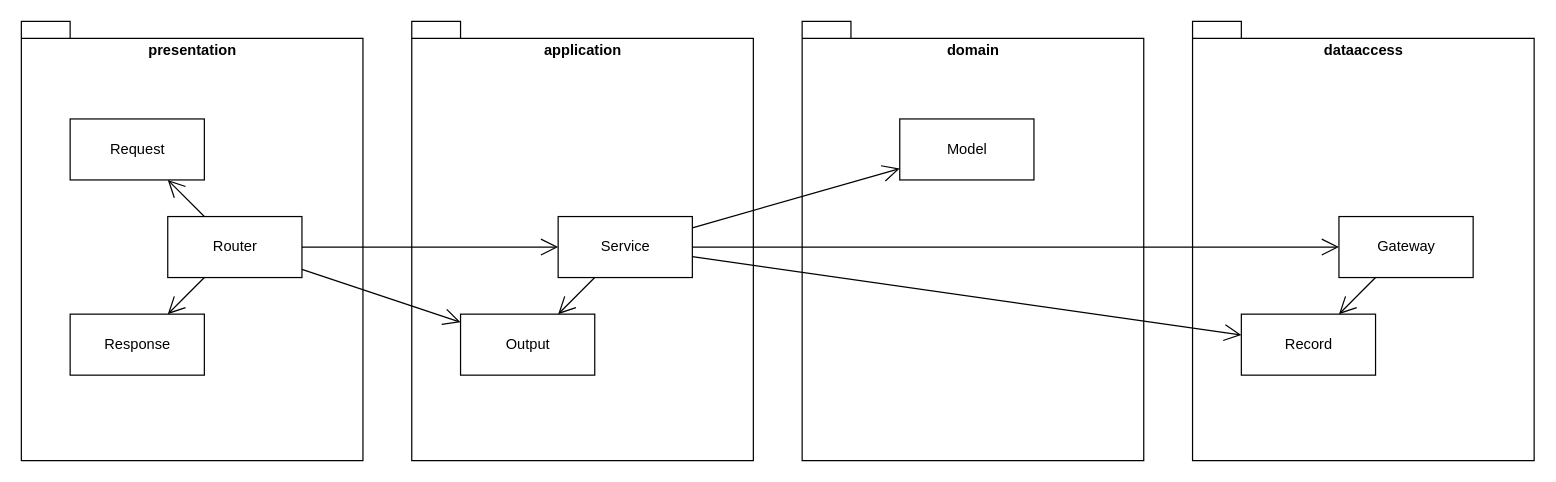
This is docs/architecture.drawio from bamboo-house/typescript-architecture, a draw.io file, before an edit. Source tidied: cells renumbered, new cells numbered last; positions are measured from the earlier drawing's top-left corner, leaving out a move shared by most shapes. Both pictures are drawn from the tidied source at 122%, with x=0, y=0 at pixel (21, 21).
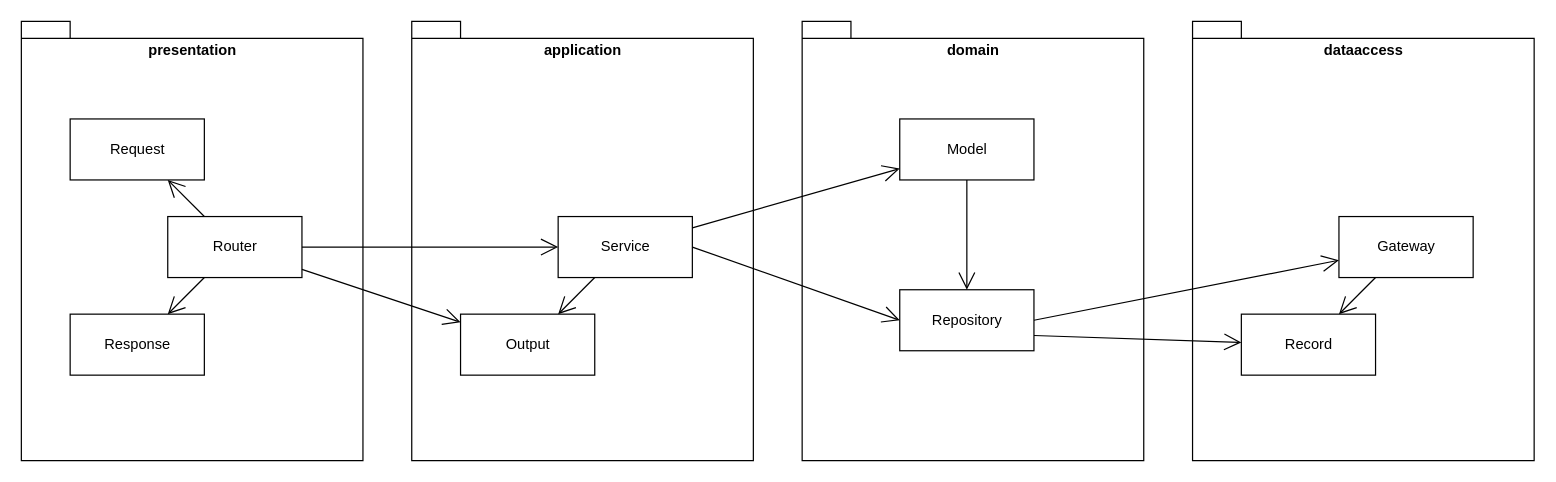
The same page after the edit.

The change refers to these unchanged cells:
```xml
<mxCell id="9" value="Service" style="html=1;" parent="1" vertex="1">
  <mxGeometry x="440" y="160" width="110" height="50" as="geometry" />
</mxCell>
<mxCell id="11" value="Gateway" style="html=1;" parent="1" vertex="1">
  <mxGeometry x="1080" y="160" width="110" height="50" as="geometry" />
</mxCell>
<mxCell id="12" value="Record" style="html=1;" parent="1" vertex="1">
  <mxGeometry x="1000" y="240" width="110" height="50" as="geometry" />
</mxCell>
<mxCell id="21" value="Model" style="html=1;" parent="1" vertex="1">
  <mxGeometry x="720" y="80" width="110" height="50" as="geometry" />
</mxCell>
```

What changed in the source:
```diff
@@
-    <mxCell id="18" style="endArrow=open;endFill=1;endSize=12;html=1;" parent="1" edge="1" source="9" target="12">
+    <mxCell id="18" style="endArrow=open;endFill=1;endSize=12;html=1;exitX=1;exitY=0.75;exitDx=0;exitDy=0;" parent="1" edge="1" source="23" target="12">
       <mxGeometry relative="1" as="geometry" />
     </mxCell>
-    <mxCell id="19" style="endArrow=open;endFill=1;endSize=12;html=1;" parent="1" edge="1" source="9" target="11">
+    <mxCell id="19" style="endArrow=open;endFill=1;endSize=12;html=1;exitX=1;exitY=0.5;exitDx=0;exitDy=0;" parent="1" edge="1" source="23" target="11">
       <mxGeometry relative="1" as="geometry" />
     </mxCell>
@@
+    <mxCell id="23" value="Repository" style="html=1;" parent="1" vertex="1">
+      <mxGeometry x="720" y="220" width="110" height="50" as="geometry" />
+    </mxCell>
+    <mxCell id="24" style="endArrow=open;endFill=1;endSize=12;html=1;exitX=1;exitY=0.5;exitDx=0;exitDy=0;entryX=0;entryY=0.5;entryDx=0;entryDy=0;" parent="1" edge="1" source="9" target="23">
+      <mxGeometry relative="1" as="geometry" />
+    </mxCell>
+    <mxCell id="25" style="endArrow=open;endFill=1;endSize=12;html=1;exitX=0.5;exitY=1;exitDx=0;exitDy=0;entryX=0.5;entryY=0;entryDx=0;entryDy=0;" parent="1" edge="1" source="21" target="23">
+      <mxGeometry relative="1" as="geometry" />
+    </mxCell>
```
